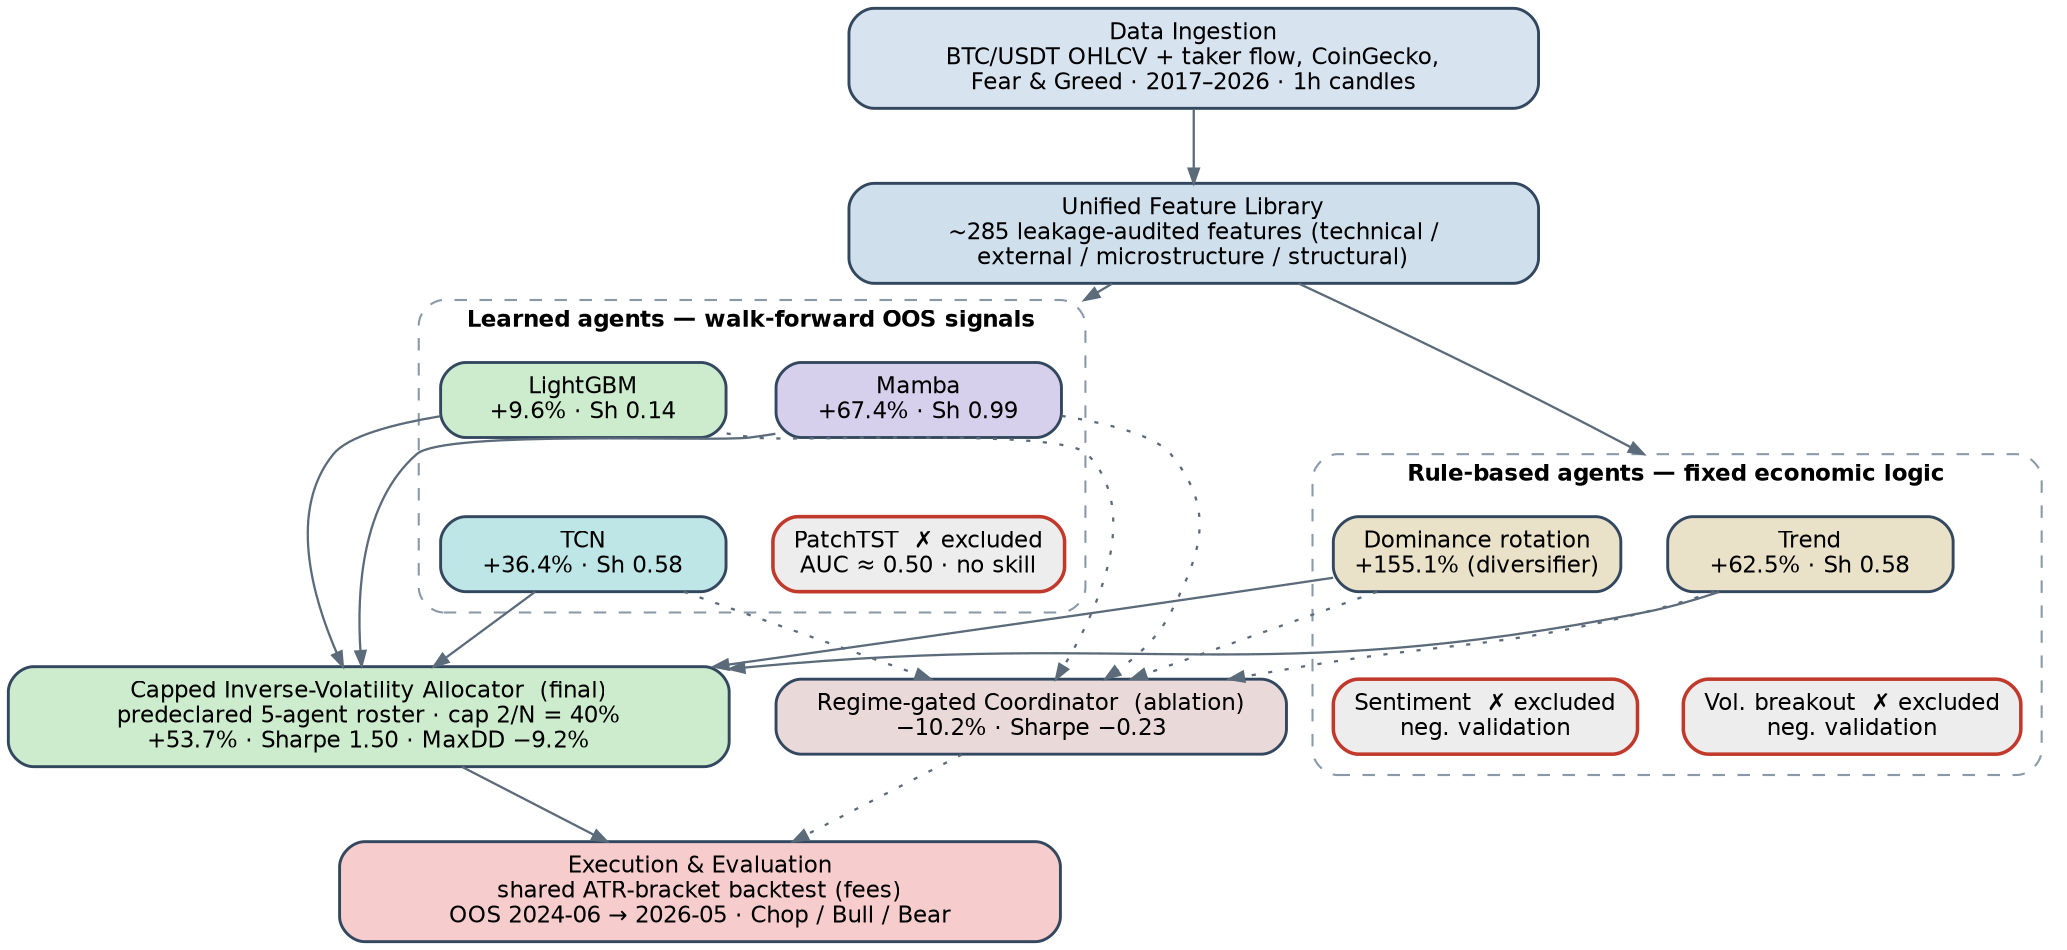
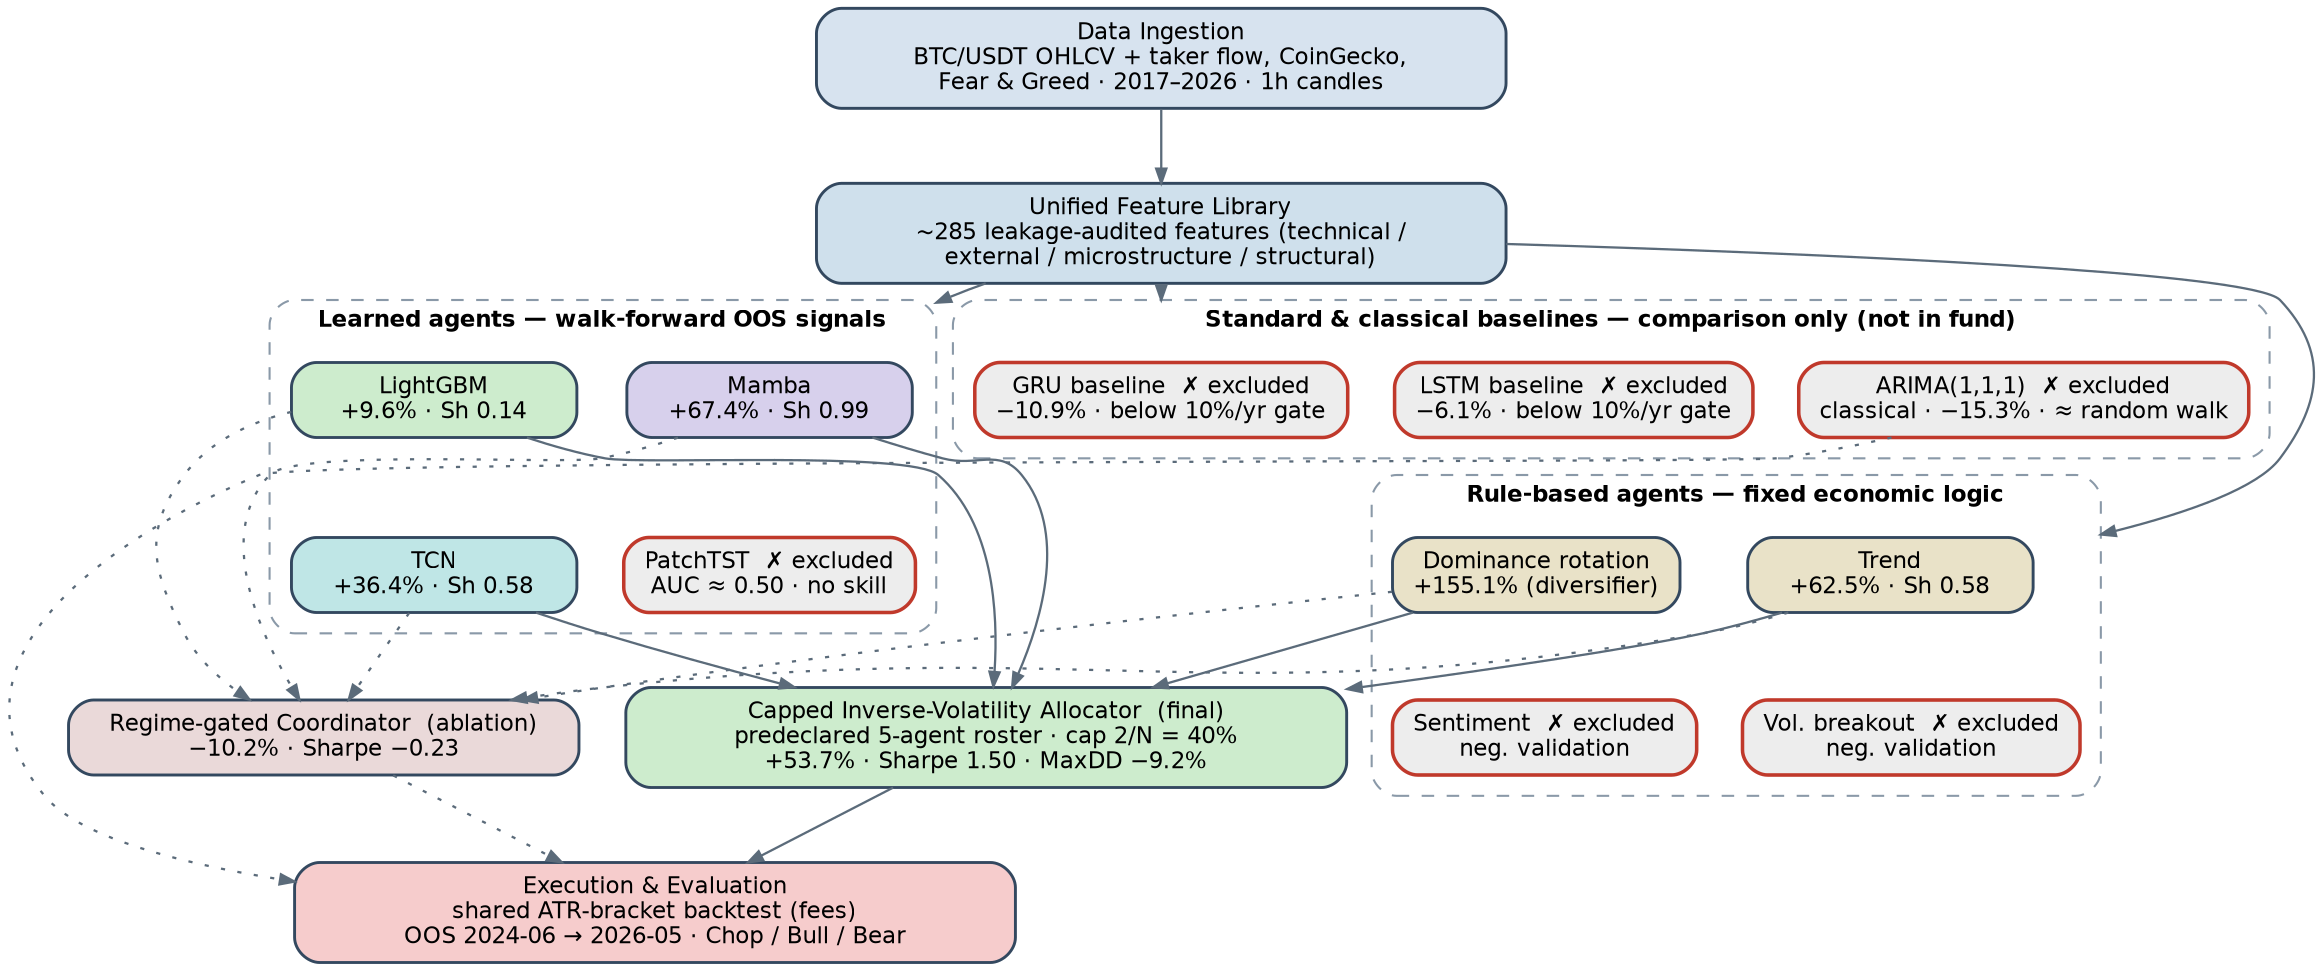
// Hybrid Multi-Agent Trading System — high-level architecture
// Rendered with: dot -Tpng -Gdpi=200 system_overview.dot -o system_overview.png
digraph SystemOverview {
    rankdir=TB;
    bgcolor="white";
    splines=true;
    compound=true;
    nodesep=0.30;
    ranksep=0.50;
    node [shape=box, style="rounded,filled", fontname="Helvetica", fontsize=11,
          color="#33485f", penwidth=1.4, margin="0.14,0.08", width=1.9];
    edge [color="#5b6b7a", arrowsize=0.7, penwidth=1.1];

    DATA [label="Data Ingestion\nBTC/USDT OHLCV + taker flow, CoinGecko,\nFear & Greed · 2017–2026 · 1h candles",
          fillcolor="#d7e3ef", width=4.6];
    FEAT [label="Unified Feature Library\n~285 leakage-audited features (technical /\nexternal / microstructure / structural)",
          fillcolor="#cfe0ec", width=4.6];

    // ---- Learned agents (2x2; rank constraints live INSIDE the cluster) ----
    subgraph cluster_learned {
        label="Learned agents — walk-forward OOS signals";
        labelloc="t"; fontname="Helvetica-Bold"; fontsize=11;
        style="dashed,rounded"; color="#8a99a8"; margin=10;
        LGBM  [label="LightGBM\n+9.6% · Sh 0.14",  fillcolor="#cdeccd"];
        MAMBA [label="Mamba\n+67.4% · Sh 0.99",    fillcolor="#d7d0ec"];
        TCN   [label="TCN\n+36.4% · Sh 0.58",      fillcolor="#bfe6e6"];
        PATCH [label="PatchTST  ✗ excluded\nAUC ≈ 0.50 · no skill", fillcolor="#ededed", color="#c0392b", penwidth=1.7];
        { rank=same; LGBM; MAMBA; }
        { rank=same; TCN;  PATCH; }
        LGBM -> TCN [style=invis];  MAMBA -> PATCH [style=invis];
+     }
+ 
+     // ---- Standard & classical baselines (built, excluded — comparison only) ----
+     subgraph cluster_baselines {
+         label="Standard & classical baselines — comparison only (not in fund)";
+         labelloc="t"; fontname="Helvetica-Bold"; fontsize=11;
+         style="dashed,rounded"; color="#8a99a8"; margin=10;
+         GRUB  [label="GRU baseline  ✗ excluded\n−10.9% · below 10%/yr gate",  fillcolor="#ededed", color="#c0392b", penwidth=1.7];
+         LSTMB [label="LSTM baseline  ✗ excluded\n−6.1% · below 10%/yr gate", fillcolor="#ededed", color="#c0392b", penwidth=1.7];
+         ARIMA [label="ARIMA(1,1,1)  ✗ excluded\nclassical · −15.3% · ≈ random walk", fillcolor="#ededed", color="#c0392b", penwidth=1.7];
+         { rank=same; GRUB; LSTMB; ARIMA; }
+         GRUB -> LSTMB [style=invis];  LSTMB -> ARIMA [style=invis];
    }

    // ---- Rule agents (2x2) ----
    subgraph cluster_rules {
        label="Rule-based agents — fixed economic logic";
        labelloc="t"; fontname="Helvetica-Bold"; fontsize=11;
        style="dashed,rounded"; color="#8a99a8"; margin=10;
        TREND [label="Trend\n+62.5% · Sh 0.58",        fillcolor="#e9e2c8"];
        DOM   [label="Dominance rotation\n+155.1% (diversifier)", fillcolor="#e9e2c8"];
        VOLB  [label="Vol. breakout  ✗ excluded\nneg. validation", fillcolor="#ededed", color="#c0392b", penwidth=1.7];
        SENT  [label="Sentiment  ✗ excluded\nneg. validation",     fillcolor="#ededed", color="#c0392b", penwidth=1.7];
        { rank=same; TREND; DOM; }
        { rank=same; VOLB;  SENT; }
        TREND -> VOLB [style=invis];  DOM -> SENT [style=invis];
    }

    // ---- Allocation + execution ----
    ALLOC [label="Capped Inverse-Volatility Allocator  (final)\npredeclared 5-agent roster · cap 2/N = 40%\n+53.7% · Sharpe 1.50 · MaxDD −9.2%",
           fillcolor="#cdeccd", width=4.8];
    COORD [label="Regime-gated Coordinator  (ablation)\n−10.2% · Sharpe −0.23",
           fillcolor="#ead9d9", width=3.4];
    EXEC  [label="Execution & Evaluation\nshared ATR-bracket backtest (fees)\nOOS 2024-06 → 2026-05 · Chop / Bull / Bear",
           fillcolor="#f6cccc", width=4.8];

    // ---- Edges ----
    DATA -> FEAT;
    // One arrow from the feature library to each agent family (keeps the top uncluttered).
    FEAT -> MAMBA [lhead=cluster_learned];
    FEAT -> TREND [lhead=cluster_rules];

    // Only the predeclared roster (5 agents) feeds the fund + coordinator ablation.
    LGBM -> ALLOC; MAMBA -> ALLOC; TCN -> ALLOC; TREND -> ALLOC; DOM -> ALLOC;
    LGBM -> COORD [style=dotted]; MAMBA -> COORD [style=dotted]; TCN -> COORD [style=dotted];
    TREND -> COORD [style=dotted]; DOM -> COORD [style=dotted];
    // Excluded candidates (greyed, ✗) are honest negatives — no downstream wiring.

    ALLOC -> EXEC;
    COORD -> EXEC [style=dotted];
+     // Baselines share the same features (GRU/LSTM) and the same fee-charged backtest, but never
+     // feed the fund — shown for comparison only.
+     FEAT -> GRUB [lhead=cluster_baselines, style=dotted];
+     ARIMA -> EXEC [style=dotted, constraint=false];
    { rank=same; ALLOC; COORD; }
}
